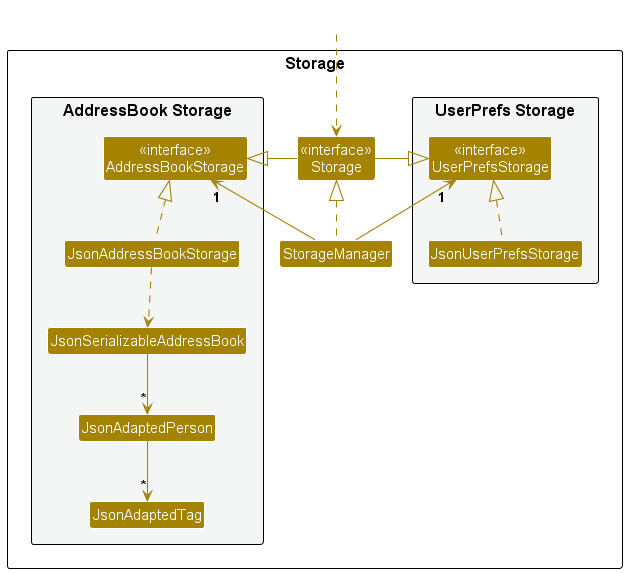
This is docs/images/StorageClassDiagram.png from nus-cs2103-AY2425S1/tp, a PlantUML export, as it was before one commit.
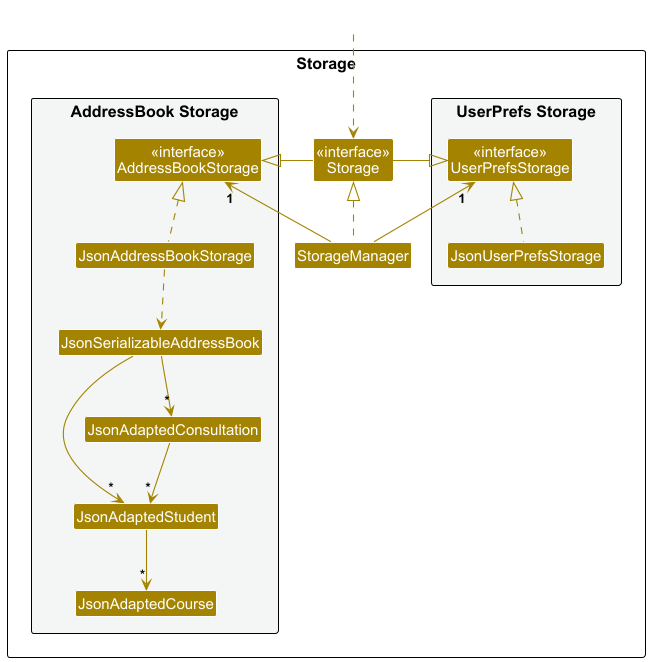
After the commit.

Commit message:
Update Storage UML diagram

The edit, as a diff of the source:
```diff
@@ -18,8 +18,9 @@
 Class "<<interface>>\nAddressBookStorage" as AddressBookStorage
 Class JsonAddressBookStorage
 Class JsonSerializableAddressBook
-Class JsonAdaptedPerson
-Class JsonAdaptedTag
+Class JsonAdaptedStudent
+Class JsonAdaptedConsultation
+Class JsonAdaptedCourse
 }
 
 }
@@ -37,7 +38,9 @@
 JsonUserPrefsStorage .up.|> UserPrefsStorage
 JsonAddressBookStorage .up.|> AddressBookStorage
 JsonAddressBookStorage ..> JsonSerializableAddressBook
-JsonSerializableAddressBook --> "*" JsonAdaptedPerson
-JsonAdaptedPerson --> "*" JsonAdaptedTag
+JsonSerializableAddressBook --> "*" JsonAdaptedStudent
+JsonSerializableAddressBook --> "*" JsonAdaptedConsultation
+JsonAdaptedStudent --> "*" JsonAdaptedCourse
+JsonAdaptedConsultation --> "*" JsonAdaptedStudent
 
 @enduml
```
